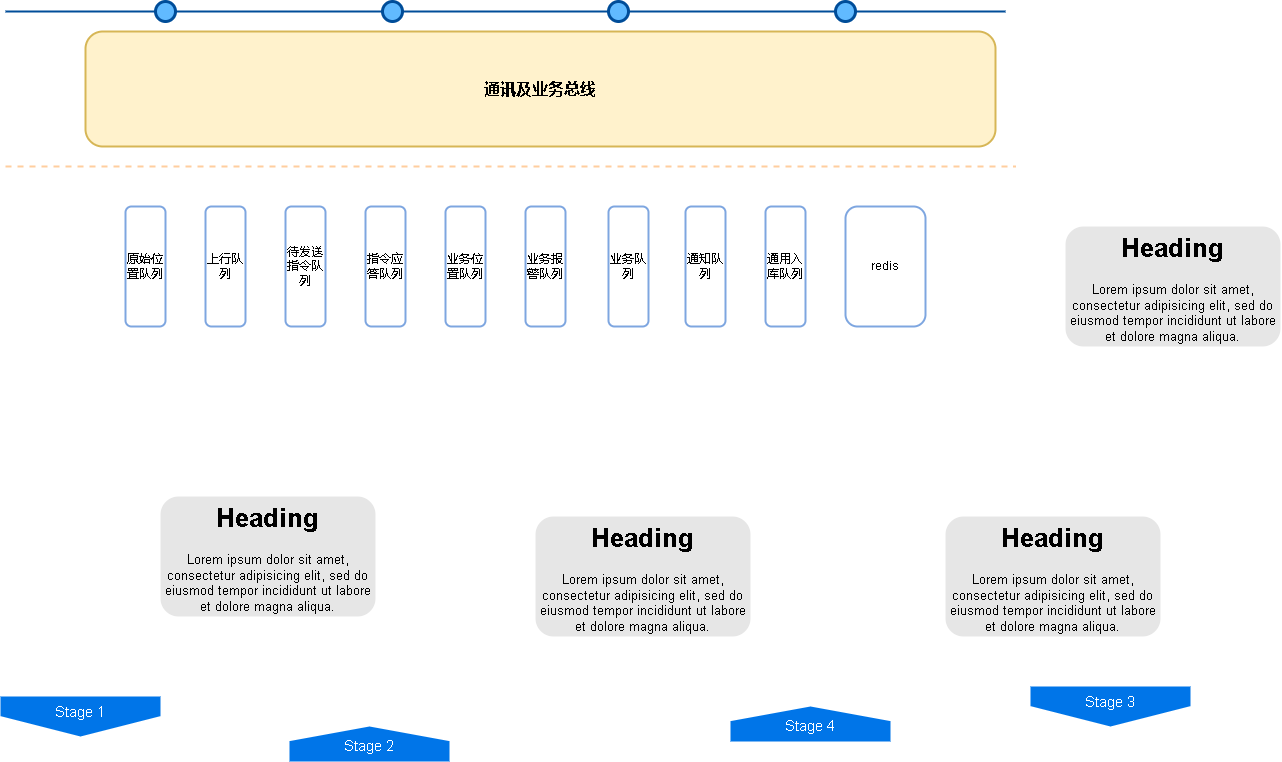
xktder/draw keeps this draw.io diagram as CgoPro业务总线.drawio.png. Above is the earlier version. Source tidied: cells renumbered, new cells last; positions are measured from the earlier drawing's top-left corner, leaving out a move shared by most shapes.
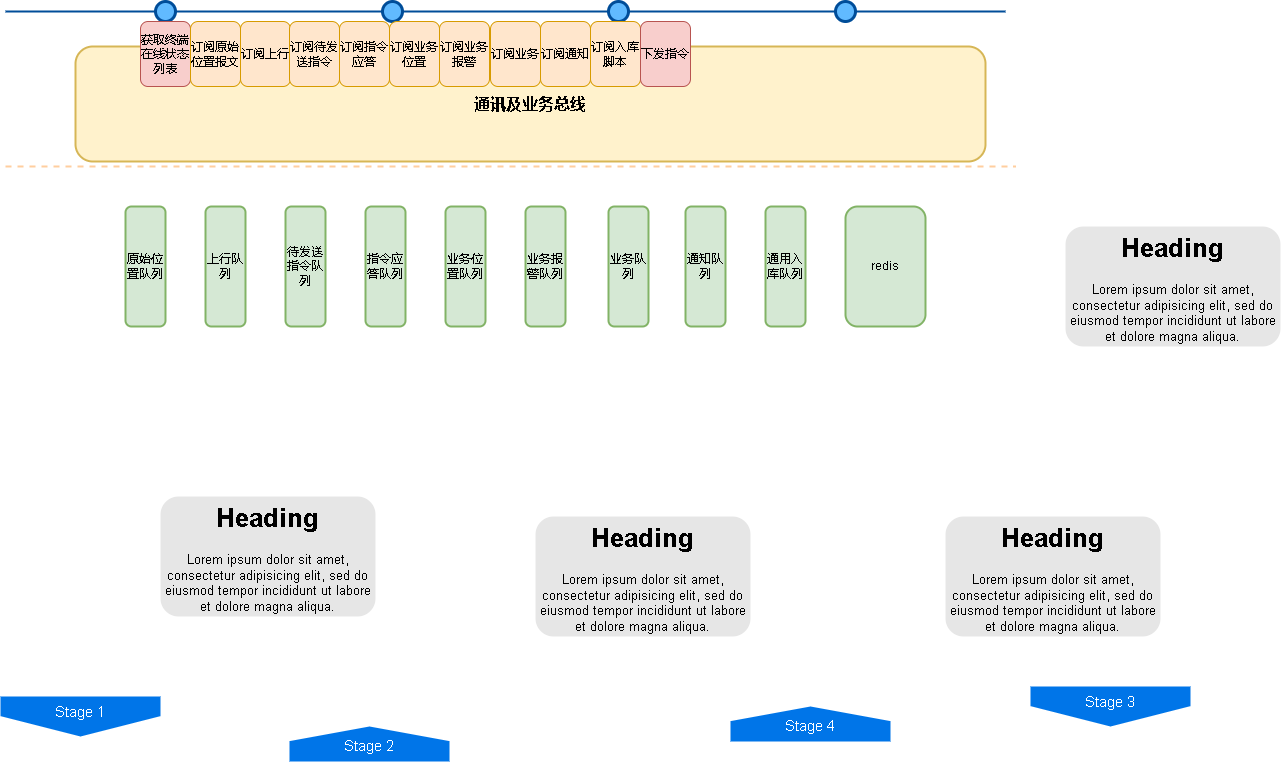
After the commit.

Commit message:
更新CgoPro业务总线.drawio.png

What changed in the source:
```diff
@@ -41,34 +41,34 @@
     <mxCell id="14" value="&lt;h1&gt;Heading&lt;/h1&gt;&lt;p&gt;Lorem ipsum dolor sit amet, consectetur adipisicing elit, sed do eiusmod tempor incididunt ut labore et dolore magna aliqua.&lt;/p&gt;" style="text;html=1;spacing=5;spacingTop=-20;whiteSpace=wrap;overflow=hidden;strokeColor=none;strokeWidth=3;fillColor=#E6E6E6;fontSize=13;fontColor=#000000;align=center;rounded=1;" parent="1" vertex="1">
       <mxGeometry x="535" y="515" width="215" height="120" as="geometry" />
     </mxCell>
-    <mxCell id="15" value="原始位置队列" style="rounded=1;whiteSpace=wrap;html=1;strokeWidth=2;strokeColor=#7EA6E0;" parent="1" vertex="1">
+    <mxCell id="15" value="原始位置队列" style="rounded=1;whiteSpace=wrap;html=1;strokeWidth=2;strokeColor=#82b366;fillColor=#d5e8d4;" parent="1" vertex="1">
       <mxGeometry x="125" y="205" width="40" height="120" as="geometry" />
     </mxCell>
-    <mxCell id="16" value="上行队列" style="rounded=1;whiteSpace=wrap;html=1;strokeWidth=2;strokeColor=#7EA6E0;" parent="1" vertex="1">
+    <mxCell id="16" value="上行队列" style="rounded=1;whiteSpace=wrap;html=1;strokeWidth=2;strokeColor=#82b366;fillColor=#d5e8d4;" parent="1" vertex="1">
       <mxGeometry x="205" y="205" width="40" height="120" as="geometry" />
     </mxCell>
-    <mxCell id="17" value="待发送指令队列" style="rounded=1;whiteSpace=wrap;html=1;strokeWidth=2;strokeColor=#7EA6E0;" parent="1" vertex="1">
+    <mxCell id="17" value="待发送指令队列" style="rounded=1;whiteSpace=wrap;html=1;strokeWidth=2;strokeColor=#82b366;fillColor=#d5e8d4;" parent="1" vertex="1">
       <mxGeometry x="285" y="205" width="40" height="120" as="geometry" />
     </mxCell>
-    <mxCell id="18" value="redis" style="rounded=1;whiteSpace=wrap;html=1;strokeWidth=2;strokeColor=#7EA6E0;" parent="1" vertex="1">
+    <mxCell id="18" value="redis" style="rounded=1;whiteSpace=wrap;html=1;strokeWidth=2;strokeColor=#82b366;fillColor=#d5e8d4;" parent="1" vertex="1">
       <mxGeometry x="845" y="205" width="80" height="120" as="geometry" />
     </mxCell>
-    <mxCell id="19" value="指令应答队列" style="rounded=1;whiteSpace=wrap;html=1;strokeWidth=2;strokeColor=#7EA6E0;" parent="1" vertex="1">
+    <mxCell id="19" value="指令应答队列" style="rounded=1;whiteSpace=wrap;html=1;strokeWidth=2;strokeColor=#82b366;fillColor=#d5e8d4;" parent="1" vertex="1">
       <mxGeometry x="365" y="205" width="40" height="120" as="geometry" />
     </mxCell>
-    <mxCell id="20" value="业务位置队列" style="rounded=1;whiteSpace=wrap;html=1;strokeWidth=2;strokeColor=#7EA6E0;" parent="1" vertex="1">
+    <mxCell id="20" value="业务位置队列" style="rounded=1;whiteSpace=wrap;html=1;strokeWidth=2;strokeColor=#82b366;fillColor=#d5e8d4;" parent="1" vertex="1">
       <mxGeometry x="445" y="205" width="40" height="120" as="geometry" />
     </mxCell>
-    <mxCell id="21" value="业务报警队列" style="rounded=1;whiteSpace=wrap;html=1;strokeWidth=2;strokeColor=#7EA6E0;" parent="1" vertex="1">
+    <mxCell id="21" value="业务报警队列" style="rounded=1;whiteSpace=wrap;html=1;strokeWidth=2;strokeColor=#82b366;fillColor=#d5e8d4;" parent="1" vertex="1">
       <mxGeometry x="525" y="205" width="40" height="120" as="geometry" />
     </mxCell>
-    <mxCell id="22" value="业务队列" style="rounded=1;whiteSpace=wrap;html=1;strokeWidth=2;strokeColor=#7EA6E0;" parent="1" vertex="1">
+    <mxCell id="22" value="业务队列" style="rounded=1;whiteSpace=wrap;html=1;strokeWidth=2;strokeColor=#82b366;fillColor=#d5e8d4;" parent="1" vertex="1">
       <mxGeometry x="608" y="205" width="40" height="120" as="geometry" />
     </mxCell>
-    <mxCell id="23" value="通知队列" style="rounded=1;whiteSpace=wrap;html=1;strokeWidth=2;strokeColor=#7EA6E0;" parent="1" vertex="1">
+    <mxCell id="23" value="通知队列" style="rounded=1;whiteSpace=wrap;html=1;strokeWidth=2;strokeColor=#82b366;fillColor=#d5e8d4;" parent="1" vertex="1">
       <mxGeometry x="685" y="205" width="40" height="120" as="geometry" />
     </mxCell>
-    <mxCell id="24" value="通用入库队列" style="rounded=1;whiteSpace=wrap;html=1;strokeWidth=2;strokeColor=#7EA6E0;" parent="1" vertex="1">
+    <mxCell id="24" value="通用入库队列" style="rounded=1;whiteSpace=wrap;html=1;strokeWidth=2;strokeColor=#82b366;fillColor=#d5e8d4;" parent="1" vertex="1">
       <mxGeometry x="765" y="205" width="40" height="120" as="geometry" />
     </mxCell>
     <mxCell id="25" style="endArrow=none;dashed=1;html=1;rounded=0;strokeWidth=2;strokeColor=#FFCE9F;" parent="1" edge="1">
@@ -78,7 +78,40 @@
       </mxGeometry>
     </mxCell>
     <mxCell id="26" value="&lt;font style=&quot;font-size: 16px;&quot;&gt;&lt;b&gt;通讯及业务总线&lt;/b&gt;&lt;/font&gt;" style="rounded=1;whiteSpace=wrap;html=1;strokeWidth=2;strokeColor=#d6b656;fillColor=#fff2cc;" parent="1" vertex="1">
-      <mxGeometry x="85" y="30" width="910" height="115" as="geometry" />
+      <mxGeometry x="75" y="45" width="910" height="115" as="geometry" />
     </mxCell>
+    <mxCell id="27" value="获取终端在线状态列表" style="rounded=1;whiteSpace=wrap;html=1;fillColor=#f8cecc;strokeColor=#b85450;" parent="1" vertex="1">
+      <mxGeometry x="140" y="20" width="50" height="65" as="geometry" />
+    </mxCell>
+    <mxCell id="28" value="订阅原始位置报文" style="rounded=1;whiteSpace=wrap;html=1;fillColor=#ffe6cc;strokeColor=#d79b00;" parent="1" vertex="1">
+      <mxGeometry x="190" y="20" width="50" height="65" as="geometry" />
+    </mxCell>
+    <mxCell id="29" value="订阅上行" style="rounded=1;whiteSpace=wrap;html=1;fillColor=#ffe6cc;strokeColor=#d79b00;" parent="1" vertex="1">
+      <mxGeometry x="240" y="20" width="50" height="65" as="geometry" />
+    </mxCell>
+    <mxCell id="30" value="订阅待发送指令" style="rounded=1;whiteSpace=wrap;html=1;fillColor=#ffe6cc;strokeColor=#d79b00;" parent="1" vertex="1">
+      <mxGeometry x="289" y="20" width="50" height="65" as="geometry" />
+    </mxCell>
+    <mxCell id="31" value="订阅指令应答" style="rounded=1;whiteSpace=wrap;html=1;fillColor=#ffe6cc;strokeColor=#d79b00;" parent="1" vertex="1">
+      <mxGeometry x="339" y="20" width="50" height="65" as="geometry" />
+    </mxCell>
+    <mxCell id="32" value="订阅业务位置" style="rounded=1;whiteSpace=wrap;html=1;fillColor=#ffe6cc;strokeColor=#d79b00;" parent="1" vertex="1">
+      <mxGeometry x="389" y="20" width="50" height="65" as="geometry" />
+    </mxCell>
+    <mxCell id="33" value="订阅业务报警" style="rounded=1;whiteSpace=wrap;html=1;fillColor=#ffe6cc;strokeColor=#d79b00;" parent="1" vertex="1">
+      <mxGeometry x="439" y="20" width="50" height="65" as="geometry" />
+    </mxCell>
+    <mxCell id="34" value="订阅业务" style="rounded=1;whiteSpace=wrap;html=1;fillColor=#ffe6cc;strokeColor=#d79b00;" parent="1" vertex="1">
+      <mxGeometry x="490" y="20" width="50" height="65" as="geometry" />
+    </mxCell>
+    <mxCell id="35" value="订阅通知" style="rounded=1;whiteSpace=wrap;html=1;fillColor=#ffe6cc;strokeColor=#d79b00;" parent="1" vertex="1">
+      <mxGeometry x="540" y="20" width="50" height="65" as="geometry" />
+    </mxCell>
+    <mxCell id="36" value="订阅入库脚本" style="rounded=1;whiteSpace=wrap;html=1;fillColor=#ffe6cc;strokeColor=#d79b00;" parent="1" vertex="1">
+      <mxGeometry x="590" y="20" width="50" height="65" as="geometry" />
+    </mxCell>
+    <mxCell id="37" value="下发指令" style="rounded=1;whiteSpace=wrap;html=1;fillColor=#f8cecc;strokeColor=#b85450;" parent="1" vertex="1">
+      <mxGeometry x="640" y="20" width="50" height="65" as="geometry" />
+    </mxCell>
   </root>
 </mxGraphModel>
```
